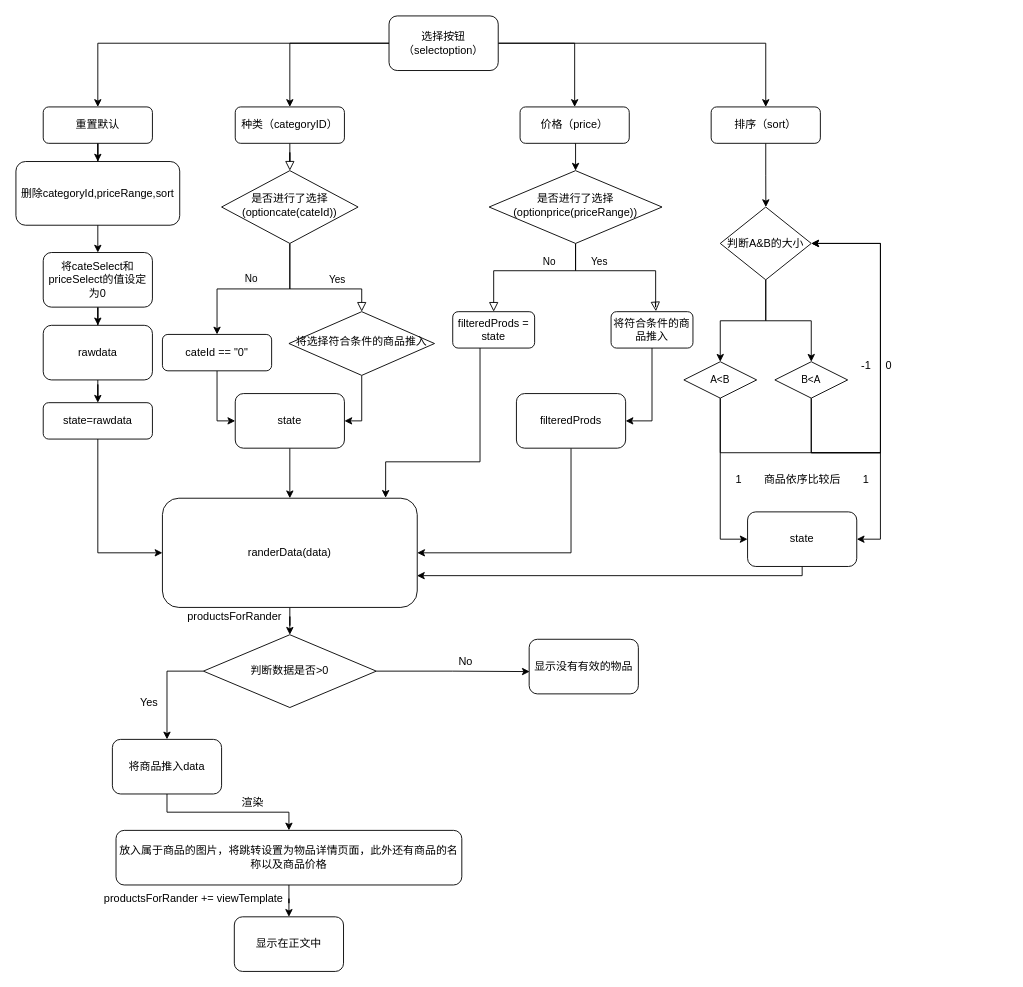
zra1997/luxe-dream keeps this draw.io diagram as Untitled Diagram.drawio. Above is the earlier version. Source tidied: cells renumbered, new cells numbered last; positions are measured from the earlier drawing's top-left corner, leaving out a move shared by most shapes. Both pictures are drawn from the tidied source at 91%, with x=0, y=0 at pixel (15, 15).
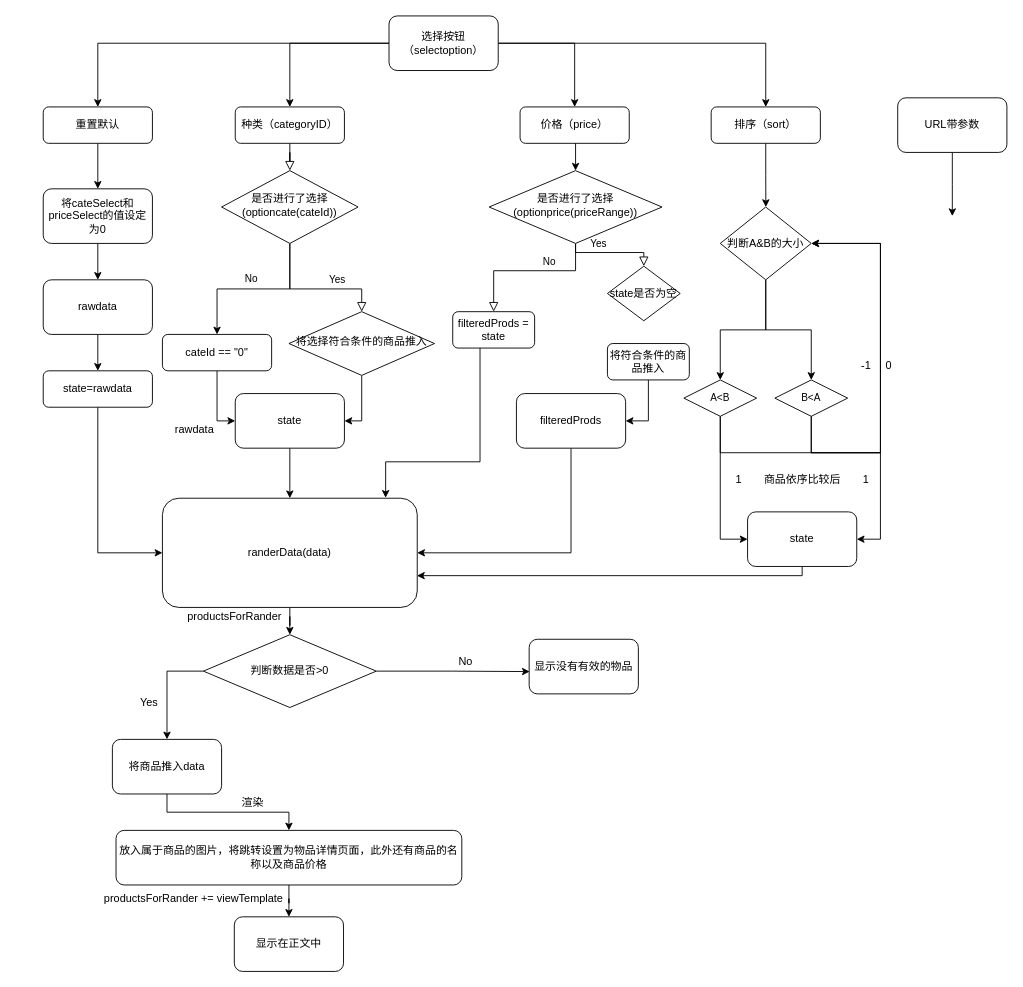
The same diagram, later.

The change refers to these unchanged cells:
```xml
<mxCell id="19" value="是否进行了选择(optionprice(priceRange))" style="rhombus;whiteSpace=wrap;html=1;shadow=0;fontFamily=Helvetica;fontSize=12;align=center;strokeWidth=1;spacing=6;spacingTop=-4;" parent="1" vertex="1">
  <mxGeometry x="520" y="170" width="190" height="80" as="geometry" />
</mxCell>
<mxCell id="44" value="重置默认" style="rounded=1;whiteSpace=wrap;html=1;fontSize=12;glass=0;strokeWidth=1;shadow=0;" parent="1" vertex="1">
  <mxGeometry x="30" y="100" width="120" height="40" as="geometry" />
</mxCell>
```

What changed in the source:
```diff
@@
-    <mxCell id="10" value="Yes" style="edgeStyle=orthogonalEdgeStyle;rounded=0;html=1;jettySize=auto;fontSize=11;endArrow=block;endFill=0;endSize=8;strokeWidth=1;shadow=0;labelBackgroundColor=none;exitX=0.5;exitY=1;exitDx=0;exitDy=0;entryX=0.548;entryY=-0.011;entryDx=0;entryDy=0;entryPerimeter=0;" parent="1" edge="1" source="19" target="16">
+    <mxCell id="10" value="Yes" style="edgeStyle=orthogonalEdgeStyle;rounded=0;html=1;jettySize=auto;fontSize=11;endArrow=block;endFill=0;endSize=8;strokeWidth=1;shadow=0;labelBackgroundColor=none;exitX=0.5;exitY=1;exitDx=0;exitDy=0;entryX=0.5;entryY=0;entryDx=0;entryDy=0;" parent="1" edge="1" source="19" target="77">
       <mxGeometry x="-0.31" y="10" relative="1" as="geometry">
         <Array as="points">
-          <mxPoint x="615" y="280" />
-          <mxPoint x="703" y="280" />
-          <mxPoint x="703" y="320" />
+          <mxPoint x="615" y="260" />
         </Array>
       </mxGeometry>
     </mxCell>
@@
     <mxCell id="16" value="将符合条件的商品推入" style="rounded=1;whiteSpace=wrap;html=1;fontSize=12;glass=0;strokeWidth=1;shadow=0;" parent="1" vertex="1">
-      <mxGeometry x="654" y="325" width="90" height="40" as="geometry" />
+      <mxGeometry x="650" y="360" width="90" height="40" as="geometry" />
     </mxCell>
@@
     <mxCell id="27" value="&lt;span style=&quot;font-size: 11px; background-color: rgb(255, 255, 255);&quot;&gt;A&amp;lt;B&lt;/span&gt;" style="rhombus;whiteSpace=wrap;html=1;" parent="1" vertex="1">
-      <mxGeometry x="734" y="380" width="80" height="40" as="geometry" />
+      <mxGeometry x="734" y="400" width="80" height="40" as="geometry" />
     </mxCell>
@@
     <mxCell id="30" value="&lt;span style=&quot;font-size: 11px; background-color: rgb(255, 255, 255);&quot;&gt;B&amp;lt;A&lt;/span&gt;" style="rhombus;whiteSpace=wrap;html=1;" parent="1" vertex="1">
-      <mxGeometry x="834" y="380" width="80" height="40" as="geometry" />
+      <mxGeometry x="834" y="400" width="80" height="40" as="geometry" />
     </mxCell>
@@
-    <mxCell id="43" style="edgeStyle=orthogonalEdgeStyle;rounded=0;jettySize=auto;html=1;entryX=0.5;entryY=0;entryDx=0;entryDy=0;" parent="1" edge="1" source="44" target="45">
+    <mxCell id="43" style="edgeStyle=orthogonalEdgeStyle;rounded=0;jettySize=auto;html=1;entryX=0.5;entryY=0;entryDx=0;entryDy=0;" parent="1" edge="1" source="44" target="67">
       <mxGeometry relative="1" as="geometry" />
     </mxCell>
@@
-    <mxCell id="45" value="删除categoryId,priceRange,sort" style="rounded=1;whiteSpace=wrap;html=1;fontSize=12;glass=0;strokeWidth=1;shadow=0;" parent="1" vertex="1">
-      <mxGeometry y="160" width="180" height="70" as="geometry" />
-    </mxCell>
-    <mxCell id="46" style="edgeStyle=orthogonalEdgeStyle;rounded=0;jettySize=auto;html=1;entryX=0.5;entryY=0;entryDx=0;entryDy=0;exitX=0.5;exitY=1;exitDx=0;exitDy=0;" parent="1" edge="1" source="45" target="67">
-      <mxGeometry relative="1" as="geometry" />
-    </mxCell>
@@
     <mxCell id="67" value="将cateSelect和priceSelect的值设定为0" style="rounded=1;whiteSpace=wrap;html=1;" parent="1" vertex="1">
-      <mxGeometry x="30" y="260" width="120" height="60" as="geometry" />
+      <mxGeometry x="30" y="190" width="120" height="60" as="geometry" />
     </mxCell>
@@
     <mxCell id="69" value="rawdata" style="rounded=1;whiteSpace=wrap;html=1;" parent="1" vertex="1">
-      <mxGeometry x="30" y="340" width="120" height="60" as="geometry" />
+      <mxGeometry x="30" y="290" width="120" height="60" as="geometry" />
     </mxCell>
@@
     <mxCell id="71" value="state=rawdata" style="rounded=1;whiteSpace=wrap;html=1;fontSize=12;glass=0;strokeWidth=1;shadow=0;" parent="1" vertex="1">
-      <mxGeometry x="30" y="425" width="120" height="40" as="geometry" />
+      <mxGeometry x="30" y="390" width="120" height="40" as="geometry" />
     </mxCell>
@@
+    <mxCell id="74" style="edgeStyle=orthogonalEdgeStyle;rounded=0;jettySize=auto;html=1;" parent="1" edge="1" source="75">
+      <mxGeometry relative="1" as="geometry">
+        <mxPoint x="1029" y="220" as="targetPoint" />
+      </mxGeometry>
+    </mxCell>
+    <mxCell id="75" value="URL带参数" style="rounded=1;whiteSpace=wrap;html=1;" parent="1" vertex="1">
+      <mxGeometry x="969" y="90" width="120" height="60" as="geometry" />
+    </mxCell>
+    <mxCell id="76" value="r&lt;span style=&quot;&quot;&gt;awdata&lt;/span&gt;" style="text;html=1;align=center;verticalAlign=middle;strokeColor=none;fillColor=none;" parent="1" vertex="1">
+      <mxGeometry x="161" y="440" width="70" height="30" as="geometry" />
+    </mxCell>
+    <mxCell id="77" value="state是否为空" style="rhombus;whiteSpace=wrap;html=1;" parent="1" vertex="1">
+      <mxGeometry x="650" y="275" width="80" height="60" as="geometry" />
+    </mxCell>
```
